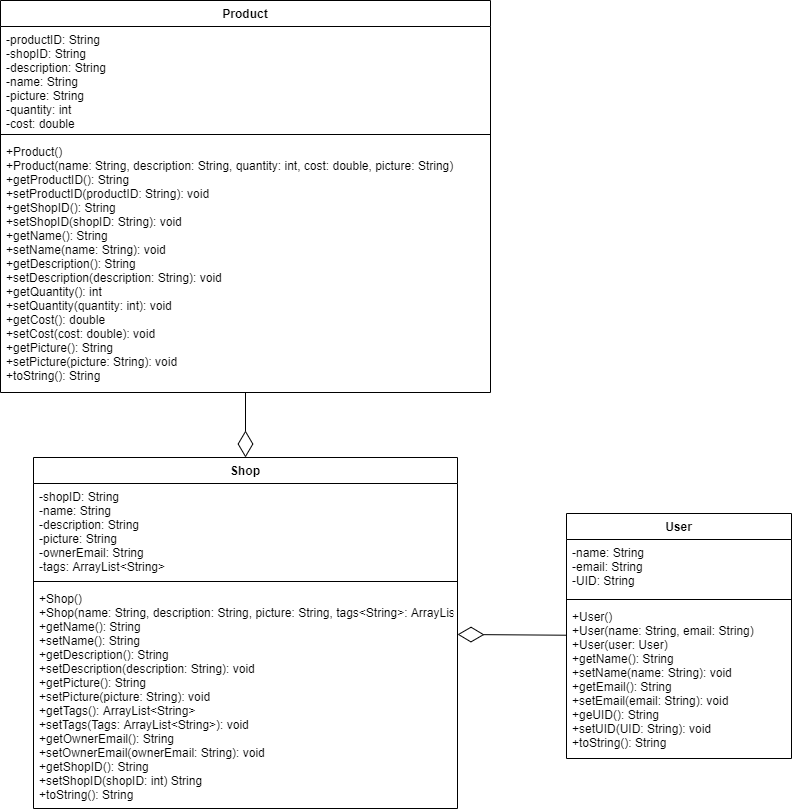
Earlier version of the draw.io export documentation/MiniShopify-UML.png (shoaibkhan17/MiniShopify). Source tidied: cells renumbered, new cells last; positions are measured from the earlier drawing's top-left corner, leaving out a move shared by most shapes.
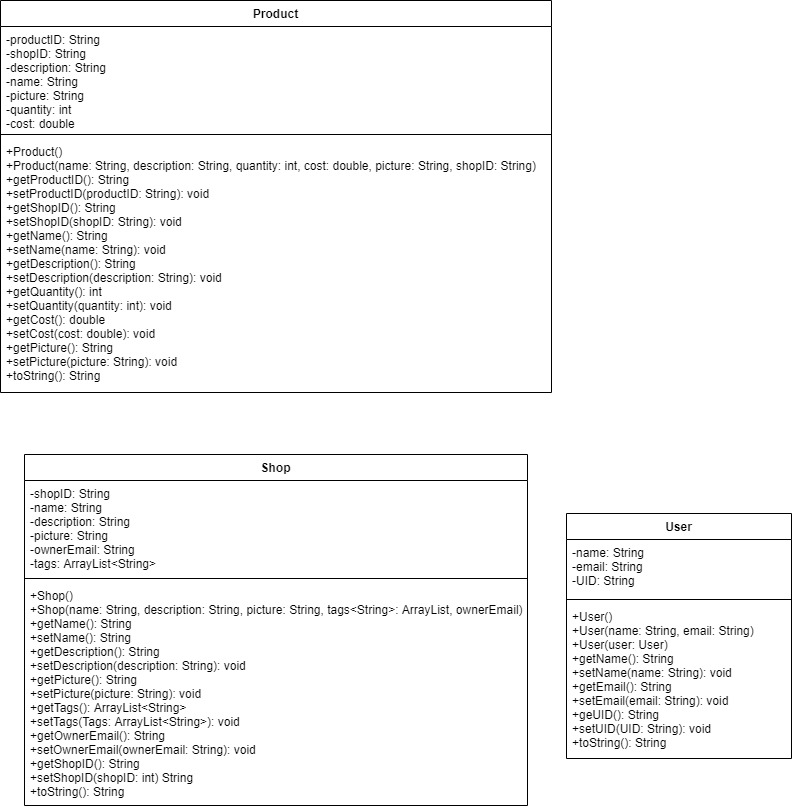
After the commit.

Diff of the diagram source:
```diff
@@ -3,28 +3,28 @@
     <mxCell id="0" />
     <mxCell id="1" parent="0" />
     <mxCell id="2" value="Product" style="swimlane;fontStyle=1;align=center;verticalAlign=top;horizontal=1;startSize=26;" parent="1" vertex="1">
-      <mxGeometry width="490" height="392" as="geometry" />
+      <mxGeometry width="551" height="392" as="geometry" />
     </mxCell>
     <mxCell id="3" value="-productID: String&#10;-shopID: String&#10;-description: String&#10;-name: String&#10;-picture: String&#10;-quantity: int&#10;-cost: double" style="text;strokeColor=none;fillColor=none;align=left;verticalAlign=top;spacingLeft=4;spacingRight=4;overflow=hidden;" parent="2" vertex="1">
-      <mxGeometry y="26" width="490" height="104" as="geometry" />
+      <mxGeometry y="26" width="551" height="104" as="geometry" />
     </mxCell>
     <mxCell id="4" style="line;strokeWidth=1;fillColor=none;align=left;verticalAlign=middle;spacingTop=-1;spacingLeft=3;spacingRight=3;labelPosition=right;" parent="2" vertex="1">
-      <mxGeometry y="130" width="490" height="8" as="geometry" />
+      <mxGeometry y="130" width="551" height="8" as="geometry" />
     </mxCell>
-    <mxCell id="5" value="+Product()&#10;+Product(name: String, description: String, quantity: int, cost: double, picture: String)&#10;+getProductID(): String&#10;+setProductID(productID: String): void&#10;+getShopID(): String&#10;+setShopID(shopID: String): void&#10;+getName(): String&#10;+setName(name: String): void&#10;+getDescription(): String&#10;+setDescription(description: String): void&#10;+getQuantity(): int&#10;+setQuantity(quantity: int): void&#10;+getCost(): double&#10;+setCost(cost: double): void&#10;+getPicture(): String&#10;+setPicture(picture: String): void&#10;+toString(): String" style="text;strokeColor=none;fillColor=none;align=left;verticalAlign=top;spacingLeft=4;spacingRight=4;overflow=hidden;points=[[0,0.5],[1,0.5]];portConstraint=eastwest;" parent="2" vertex="1">
-      <mxGeometry y="138" width="490" height="254" as="geometry" />
+    <mxCell id="5" value="+Product()&#10;+Product(name: String, description: String, quantity: int, cost: double, picture: String, shopID: String)&#10;+getProductID(): String&#10;+setProductID(productID: String): void&#10;+getShopID(): String&#10;+setShopID(shopID: String): void&#10;+getName(): String&#10;+setName(name: String): void&#10;+getDescription(): String&#10;+setDescription(description: String): void&#10;+getQuantity(): int&#10;+setQuantity(quantity: int): void&#10;+getCost(): double&#10;+setCost(cost: double): void&#10;+getPicture(): String&#10;+setPicture(picture: String): void&#10;+toString(): String" style="text;strokeColor=none;fillColor=none;align=left;verticalAlign=top;spacingLeft=4;spacingRight=4;overflow=hidden;points=[[0,0.5],[1,0.5]];portConstraint=eastwest;" parent="2" vertex="1">
+      <mxGeometry y="138" width="551" height="254" as="geometry" />
     </mxCell>
     <mxCell id="6" value="Shop" style="swimlane;fontStyle=1;align=center;verticalAlign=top;horizontal=1;startSize=26;" parent="1" vertex="1">
-      <mxGeometry x="33" y="457" width="424" height="351" as="geometry" />
+      <mxGeometry x="24" y="454" width="503" height="351" as="geometry" />
     </mxCell>
     <mxCell id="7" value="-shopID: String&#10;-name: String&#10;-description: String&#10;-picture: String&#10;-ownerEmail: String &#10;-tags: ArrayList&lt;String&gt;" style="text;strokeColor=none;fillColor=none;align=left;verticalAlign=top;spacingLeft=4;spacingRight=4;overflow=hidden;" parent="6" vertex="1">
-      <mxGeometry y="26" width="424" height="94" as="geometry" />
+      <mxGeometry y="26" width="503" height="94" as="geometry" />
     </mxCell>
     <mxCell id="8" style="line;strokeWidth=1;fillColor=none;align=left;verticalAlign=middle;spacingTop=-1;spacingLeft=3;spacingRight=3;labelPosition=right;" parent="6" vertex="1">
-      <mxGeometry y="120" width="424" height="8" as="geometry" />
+      <mxGeometry y="120" width="503" height="8" as="geometry" />
     </mxCell>
     <mxCell id="9" value="+Shop()&#10;+Shop(name: String, description: String, picture: String, tags&lt;String&gt;: ArrayList, ownerEmail)&#10;+getName(): String&#10;+setName(): String&#10;+getDescription(): String&#10;+setDescription(description: String): void&#10;+getPicture(): String&#10;+setPicture(picture: String): void&#10;+getTags(): ArrayList&lt;String&gt;&#10;+setTags(Tags: ArrayList&lt;String&gt;): void&#10;+getOwnerEmail(): String&#10;+setOwnerEmail(ownerEmail: String): void&#10;+getShopID(): String&#10;+setShopID(shopID: int) String&#10;+toString(): String&#10;" style="text;strokeColor=none;fillColor=none;align=left;verticalAlign=top;spacingLeft=4;spacingRight=4;overflow=hidden;" parent="6" vertex="1">
-      <mxGeometry y="128" width="424" height="223" as="geometry" />
+      <mxGeometry y="128" width="503" height="223" as="geometry" />
     </mxCell>
     <mxCell id="10" value="User" style="swimlane;fontStyle=1;align=center;verticalAlign=top;horizontal=1;startSize=26;" parent="1" vertex="1">
       <mxGeometry x="566" y="513" width="225" height="245" as="geometry" />
@@ -38,11 +38,5 @@
     <mxCell id="13" value="+User()&#10;+User(name: String, email: String)&#10;+User(user: User)&#10;+getName(): String&#10;+setName(name: String): void&#10;+getEmail(): String&#10;+setEmail(email: String): void&#10;+geUID(): String&#10;+setUID(UID: String): void&#10;+toString(): String" style="text;strokeColor=none;fillColor=none;align=left;verticalAlign=top;spacingLeft=4;spacingRight=4;overflow=hidden;" parent="10" vertex="1">
       <mxGeometry y="90" width="225" height="155" as="geometry" />
     </mxCell>
-    <mxCell id="14" style="endArrow=diamondThin;endFill=0;endSize=24;html=1;" parent="1" edge="1" source="10" target="6">
-      <mxGeometry relative="1" as="geometry" />
-    </mxCell>
-    <mxCell id="15" style="endArrow=diamondThin;endFill=0;endSize=24;html=1;entryX=0.5;entryY=0;entryDx=0;entryDy=0;" parent="1" edge="1" source="5" target="6">
-      <mxGeometry relative="1" as="geometry" />
-    </mxCell>
   </root>
 </mxGraphModel>
```
